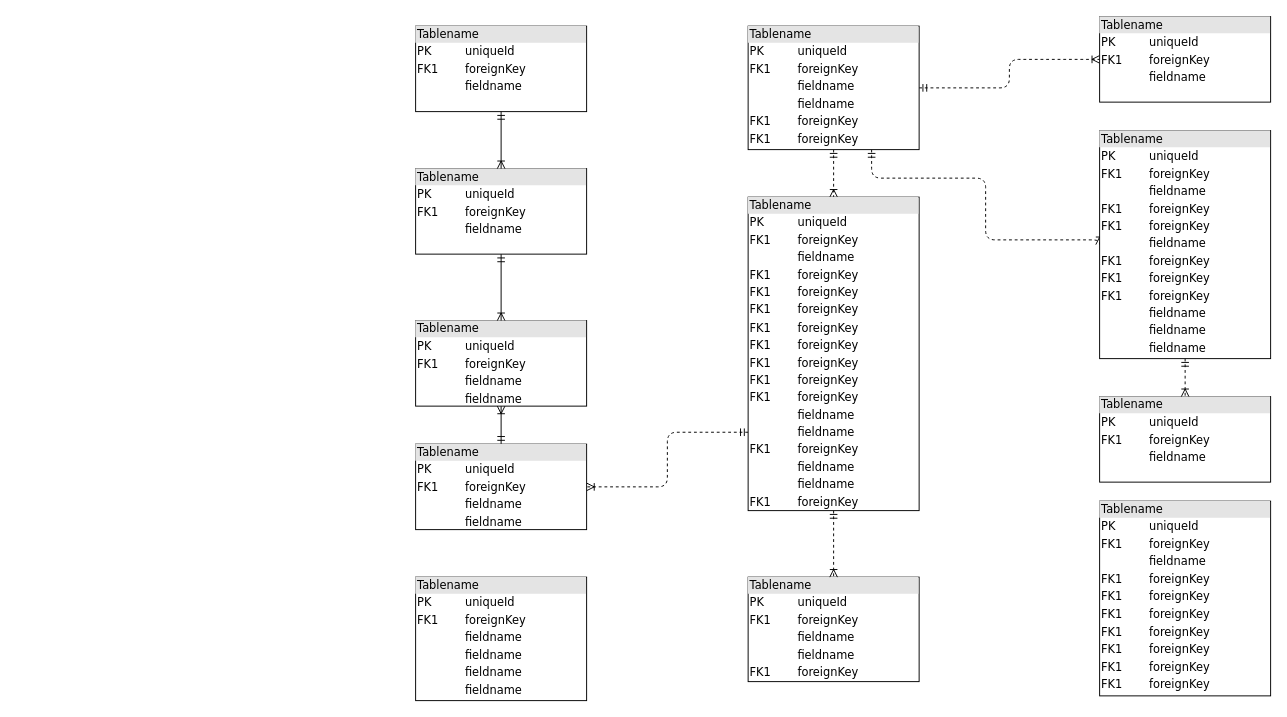
Above: CppServer.drawio in LQF376/image (draw.io), before the change. Source tidied: cells renumbered, new cells numbered last; positions are measured from the earlier drawing's top-left corner, leaving out a move shared by most shapes. Both pictures are drawn from the tidied source at 95%, with x=0, y=0 at pixel (415, 16).
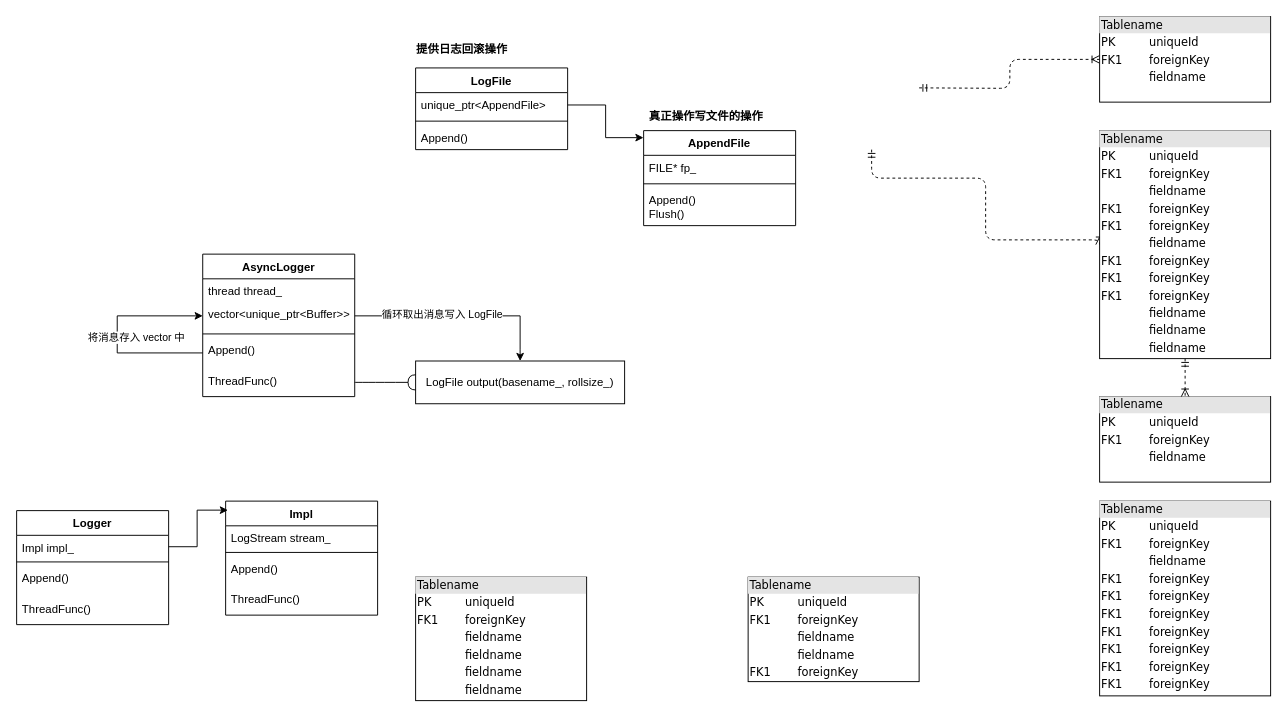
The same page after the edit.

Unchanged cells that the change refers to:
```xml
<mxCell id="14" value="&lt;div style=&quot;box-sizing: border-box ; width: 100% ; background: #e4e4e4 ; padding: 2px&quot;&gt;Tablename&lt;/div&gt;&lt;table style=&quot;width: 100% ; font-size: 1em&quot; cellpadding=&quot;2&quot; cellspacing=&quot;0&quot;&gt;&lt;tbody&gt;&lt;tr&gt;&lt;td&gt;PK&lt;/td&gt;&lt;td&gt;uniqueId&lt;/td&gt;&lt;/tr&gt;&lt;tr&gt;&lt;td&gt;FK1&lt;/td&gt;&lt;td&gt;foreignKey&lt;/td&gt;&lt;/tr&gt;&lt;tr&gt;&lt;td&gt;&lt;/td&gt;&lt;td&gt;fieldname&lt;/td&gt;&lt;/tr&gt;&lt;tr&gt;&lt;td&gt;&lt;br&gt;&lt;/td&gt;&lt;td&gt;fieldname&lt;br&gt;&lt;/td&gt;&lt;/tr&gt;&lt;tr&gt;&lt;td&gt;FK1&lt;br&gt;&lt;/td&gt;&lt;td&gt;foreignKey&lt;br&gt;&lt;/td&gt;&lt;/tr&gt;&lt;/tbody&gt;&lt;/table&gt;" style="verticalAlign=top;align=left;overflow=fill;html=1;rounded=0;shadow=0;comic=0;labelBackgroundColor=none;strokeWidth=1;fontFamily=Verdana;fontSize=12;" parent="1" vertex="1">
  <mxGeometry x="350" y="590" width="180" height="110" as="geometry" />
</mxCell>
<mxCell id="19" value="&lt;div style=&quot;box-sizing: border-box ; width: 100% ; background: #e4e4e4 ; padding: 2px&quot;&gt;Tablename&lt;/div&gt;&lt;table style=&quot;width: 100% ; font-size: 1em&quot; cellpadding=&quot;2&quot; cellspacing=&quot;0&quot;&gt;&lt;tbody&gt;&lt;tr&gt;&lt;td&gt;PK&lt;/td&gt;&lt;td&gt;uniqueId&lt;/td&gt;&lt;/tr&gt;&lt;tr&gt;&lt;td&gt;FK1&lt;/td&gt;&lt;td&gt;foreignKey&lt;/td&gt;&lt;/tr&gt;&lt;tr&gt;&lt;td&gt;&lt;/td&gt;&lt;td&gt;fieldname&lt;/td&gt;&lt;/tr&gt;&lt;tr&gt;&lt;td&gt;FK1&lt;br&gt;&lt;/td&gt;&lt;td&gt;foreignKey&lt;br&gt;&lt;/td&gt;&lt;/tr&gt;&lt;tr&gt;&lt;td&gt;FK1&lt;br&gt;&lt;/td&gt;&lt;td&gt;foreignKey&lt;br&gt;&lt;/td&gt;&lt;/tr&gt;&lt;tr&gt;&lt;td&gt;&lt;br&gt;&lt;/td&gt;&lt;td&gt;fieldname&lt;br&gt;&lt;/td&gt;&lt;/tr&gt;&lt;tr&gt;&lt;td&gt;FK1&lt;br&gt;&lt;/td&gt;&lt;td&gt;foreignKey&lt;br&gt;&lt;/td&gt;&lt;/tr&gt;&lt;tr&gt;&lt;td&gt;FK1&lt;br&gt;&lt;/td&gt;&lt;td&gt;foreignKey&lt;br&gt;&lt;/td&gt;&lt;/tr&gt;&lt;tr&gt;&lt;td&gt;FK1&lt;br&gt;&lt;/td&gt;&lt;td&gt;foreignKey&lt;br&gt;&lt;/td&gt;&lt;/tr&gt;&lt;tr&gt;&lt;td&gt;&lt;br&gt;&lt;/td&gt;&lt;td&gt;fieldname&lt;br&gt;&lt;/td&gt;&lt;/tr&gt;&lt;tr&gt;&lt;td&gt;&lt;br&gt;&lt;/td&gt;&lt;td&gt;fieldname&lt;br&gt;&lt;/td&gt;&lt;/tr&gt;&lt;tr&gt;&lt;td&gt;&lt;br&gt;&lt;/td&gt;&lt;td&gt;fieldname&lt;br&gt;&lt;/td&gt;&lt;/tr&gt;&lt;/tbody&gt;&lt;/table&gt;" style="verticalAlign=top;align=left;overflow=fill;html=1;rounded=0;shadow=0;comic=0;labelBackgroundColor=none;strokeWidth=1;fontFamily=Verdana;fontSize=12;" parent="1" vertex="1">
  <mxGeometry x="720" y="120" width="180" height="240" as="geometry" />
</mxCell>
<mxCell id="20" value="&lt;div style=&quot;box-sizing:border-box;width:100%;background:#e4e4e4;padding:2px;&quot;&gt;Tablename&lt;/div&gt;&lt;table style=&quot;width:100%;font-size:1em;&quot; cellpadding=&quot;2&quot; cellspacing=&quot;0&quot;&gt;&lt;tr&gt;&lt;td&gt;PK&lt;/td&gt;&lt;td&gt;uniqueId&lt;/td&gt;&lt;/tr&gt;&lt;tr&gt;&lt;td&gt;FK1&lt;/td&gt;&lt;td&gt;foreignKey&lt;/td&gt;&lt;/tr&gt;&lt;tr&gt;&lt;td&gt;&lt;/td&gt;&lt;td&gt;fieldname&lt;/td&gt;&lt;/tr&gt;&lt;/table&gt;" style="verticalAlign=top;align=left;overflow=fill;html=1;rounded=0;shadow=0;comic=0;labelBackgroundColor=none;strokeWidth=1;fontFamily=Verdana;fontSize=12;" parent="1" vertex="1">
  <mxGeometry x="720" width="180" height="90" as="geometry" />
</mxCell>
```

Diff of the diagram source:
```diff
@@
-    <mxCell id="2" value="&lt;div style=&quot;box-sizing:border-box;width:100%;background:#e4e4e4;padding:2px;&quot;&gt;Tablename&lt;/div&gt;&lt;table style=&quot;width:100%;font-size:1em;&quot; cellpadding=&quot;2&quot; cellspacing=&quot;0&quot;&gt;&lt;tr&gt;&lt;td&gt;PK&lt;/td&gt;&lt;td&gt;uniqueId&lt;/td&gt;&lt;/tr&gt;&lt;tr&gt;&lt;td&gt;FK1&lt;/td&gt;&lt;td&gt;foreignKey&lt;/td&gt;&lt;/tr&gt;&lt;tr&gt;&lt;td&gt;&lt;/td&gt;&lt;td&gt;fieldname&lt;/td&gt;&lt;/tr&gt;&lt;/table&gt;" style="verticalAlign=top;align=left;overflow=fill;html=1;rounded=0;shadow=0;comic=0;labelBackgroundColor=none;strokeWidth=1;fontFamily=Verdana;fontSize=12;" parent="1" vertex="1">
-      <mxGeometry y="10" width="180" height="90" as="geometry" />
-    </mxCell>
-    <mxCell id="3" style="edgeStyle=orthogonalEdgeStyle;html=1;entryX=0.5;entryY=0;dashed=1;labelBackgroundColor=none;startArrow=ERmandOne;endArrow=ERoneToMany;fontFamily=Verdana;fontSize=12;align=left;" parent="1" edge="1" source="6" target="16">
-      <mxGeometry relative="1" as="geometry" />
-    </mxCell>
-    <mxCell id="4" style="edgeStyle=orthogonalEdgeStyle;html=1;dashed=1;labelBackgroundColor=none;startArrow=ERmandOne;endArrow=ERoneToMany;fontFamily=Verdana;fontSize=12;align=left;entryX=0;entryY=0.5;" parent="1" edge="1" source="6" target="19">
+    <mxCell id="4" style="edgeStyle=orthogonalEdgeStyle;html=1;dashed=1;labelBackgroundColor=none;startArrow=ERmandOne;endArrow=ERoneToMany;fontFamily=Verdana;fontSize=12;align=left;entryX=0;entryY=0.5;" parent="1" edge="1" target="19">
       <mxGeometry relative="1" as="geometry">
+        <mxPoint x="480" y="140" as="sourcePoint" />
         <Array as="points">
           <mxPoint x="480" y="170" />
           <mxPoint x="600" y="170" />
           <mxPoint x="600" y="235" />
         </Array>
       </mxGeometry>
     </mxCell>
-    <mxCell id="5" style="edgeStyle=orthogonalEdgeStyle;html=1;dashed=1;labelBackgroundColor=none;startArrow=ERmandOne;endArrow=ERoneToMany;fontFamily=Verdana;fontSize=12;align=left;" parent="1" edge="1" source="6" target="20">
-      <mxGeometry relative="1" as="geometry" />
+    <mxCell id="5" style="edgeStyle=orthogonalEdgeStyle;html=1;dashed=1;labelBackgroundColor=none;startArrow=ERmandOne;endArrow=ERoneToMany;fontFamily=Verdana;fontSize=12;align=left;" parent="1" edge="1" target="20">
+      <mxGeometry relative="1" as="geometry">
+        <mxPoint x="530" y="75" as="sourcePoint" />
+      </mxGeometry>
     </mxCell>
-    <mxCell id="6" value="&lt;div style=&quot;box-sizing: border-box ; width: 100% ; background: #e4e4e4 ; padding: 2px&quot;&gt;Tablename&lt;/div&gt;&lt;table style=&quot;width: 100% ; font-size: 1em&quot; cellpadding=&quot;2&quot; cellspacing=&quot;0&quot;&gt;&lt;tbody&gt;&lt;tr&gt;&lt;td&gt;PK&lt;/td&gt;&lt;td&gt;uniqueId&lt;/td&gt;&lt;/tr&gt;&lt;tr&gt;&lt;td&gt;FK1&lt;/td&gt;&lt;td&gt;foreignKey&lt;/td&gt;&lt;/tr&gt;&lt;tr&gt;&lt;td&gt;&lt;/td&gt;&lt;td&gt;fieldname&lt;/td&gt;&lt;/tr&gt;&lt;tr&gt;&lt;td&gt;&lt;br&gt;&lt;/td&gt;&lt;td&gt;fieldname&lt;br&gt;&lt;/td&gt;&lt;/tr&gt;&lt;tr&gt;&lt;td&gt;FK1&lt;br&gt;&lt;/td&gt;&lt;td&gt;foreignKey&lt;br&gt;&lt;/td&gt;&lt;/tr&gt;&lt;tr&gt;&lt;td&gt;FK1&lt;br&gt;&lt;/td&gt;&lt;td&gt;foreignKey&lt;br&gt;&lt;/td&gt;&lt;/tr&gt;&lt;/tbody&gt;&lt;/table&gt;" style="verticalAlign=top;align=left;overflow=fill;html=1;rounded=0;shadow=0;comic=0;labelBackgroundColor=none;strokeWidth=1;fontFamily=Verdana;fontSize=12;" parent="1" vertex="1">
-      <mxGeometry x="350" y="10" width="180" height="130" as="geometry" />
-    </mxCell>
-    <mxCell id="7" style="edgeStyle=orthogonalEdgeStyle;html=1;labelBackgroundColor=none;startArrow=ERmandOne;endArrow=ERoneToMany;fontFamily=Verdana;fontSize=12;align=left;" parent="1" edge="1" source="9" target="10">
-      <mxGeometry relative="1" as="geometry" />
-    </mxCell>
-    <mxCell id="8" style="edgeStyle=orthogonalEdgeStyle;html=1;exitX=0;exitY=0.75;entryX=1;entryY=0.5;dashed=1;labelBackgroundColor=none;startArrow=ERmandOne;endArrow=ERoneToMany;fontFamily=Verdana;fontSize=12;align=left;" parent="1" edge="1" source="16" target="9">
-      <mxGeometry relative="1" as="geometry" />
-    </mxCell>
-    <mxCell id="9" value="&lt;div style=&quot;box-sizing: border-box ; width: 100% ; background: #e4e4e4 ; padding: 2px&quot;&gt;Tablename&lt;/div&gt;&lt;table style=&quot;width: 100% ; font-size: 1em&quot; cellpadding=&quot;2&quot; cellspacing=&quot;0&quot;&gt;&lt;tbody&gt;&lt;tr&gt;&lt;td&gt;PK&lt;/td&gt;&lt;td&gt;uniqueId&lt;/td&gt;&lt;/tr&gt;&lt;tr&gt;&lt;td&gt;FK1&lt;/td&gt;&lt;td&gt;foreignKey&lt;/td&gt;&lt;/tr&gt;&lt;tr&gt;&lt;td&gt;&lt;/td&gt;&lt;td&gt;fieldname&lt;/td&gt;&lt;/tr&gt;&lt;tr&gt;&lt;td&gt;&lt;br&gt;&lt;/td&gt;&lt;td&gt;fieldname&lt;br&gt;&lt;/td&gt;&lt;/tr&gt;&lt;/tbody&gt;&lt;/table&gt;" style="verticalAlign=top;align=left;overflow=fill;html=1;rounded=0;shadow=0;comic=0;labelBackgroundColor=none;strokeWidth=1;fontFamily=Verdana;fontSize=12;" parent="1" vertex="1">
-      <mxGeometry y="450" width="180" height="90" as="geometry" />
-    </mxCell>
-    <mxCell id="10" value="&lt;div style=&quot;box-sizing: border-box ; width: 100% ; background: #e4e4e4 ; padding: 2px&quot;&gt;Tablename&lt;/div&gt;&lt;table style=&quot;width: 100% ; font-size: 1em&quot; cellpadding=&quot;2&quot; cellspacing=&quot;0&quot;&gt;&lt;tbody&gt;&lt;tr&gt;&lt;td&gt;PK&lt;/td&gt;&lt;td&gt;uniqueId&lt;/td&gt;&lt;/tr&gt;&lt;tr&gt;&lt;td&gt;FK1&lt;/td&gt;&lt;td&gt;foreignKey&lt;/td&gt;&lt;/tr&gt;&lt;tr&gt;&lt;td&gt;&lt;/td&gt;&lt;td&gt;fieldname&lt;/td&gt;&lt;/tr&gt;&lt;tr&gt;&lt;td&gt;&lt;br&gt;&lt;/td&gt;&lt;td&gt;fieldname&lt;br&gt;&lt;/td&gt;&lt;/tr&gt;&lt;/tbody&gt;&lt;/table&gt;" style="verticalAlign=top;align=left;overflow=fill;html=1;rounded=0;shadow=0;comic=0;labelBackgroundColor=none;strokeWidth=1;fontFamily=Verdana;fontSize=12;" parent="1" vertex="1">
-      <mxGeometry y="320" width="180" height="90" as="geometry" />
-    </mxCell>
-    <mxCell id="11" style="edgeStyle=orthogonalEdgeStyle;html=1;entryX=0.5;entryY=0;labelBackgroundColor=none;startArrow=ERmandOne;endArrow=ERoneToMany;fontFamily=Verdana;fontSize=12;align=left;" parent="1" edge="1" source="12" target="10">
-      <mxGeometry relative="1" as="geometry" />
-    </mxCell>
-    <mxCell id="12" value="&lt;div style=&quot;box-sizing:border-box;width:100%;background:#e4e4e4;padding:2px;&quot;&gt;Tablename&lt;/div&gt;&lt;table style=&quot;width:100%;font-size:1em;&quot; cellpadding=&quot;2&quot; cellspacing=&quot;0&quot;&gt;&lt;tr&gt;&lt;td&gt;PK&lt;/td&gt;&lt;td&gt;uniqueId&lt;/td&gt;&lt;/tr&gt;&lt;tr&gt;&lt;td&gt;FK1&lt;/td&gt;&lt;td&gt;foreignKey&lt;/td&gt;&lt;/tr&gt;&lt;tr&gt;&lt;td&gt;&lt;/td&gt;&lt;td&gt;fieldname&lt;/td&gt;&lt;/tr&gt;&lt;/table&gt;" style="verticalAlign=top;align=left;overflow=fill;html=1;rounded=0;shadow=0;comic=0;labelBackgroundColor=none;strokeWidth=1;fontFamily=Verdana;fontSize=12;" parent="1" vertex="1">
-      <mxGeometry y="160" width="180" height="90" as="geometry" />
-    </mxCell>
@@
-    <mxCell id="15" style="edgeStyle=orthogonalEdgeStyle;html=1;entryX=0.5;entryY=0;labelBackgroundColor=none;startArrow=ERmandOne;endArrow=ERoneToMany;fontFamily=Verdana;fontSize=12;align=left;dashed=1;" parent="1" edge="1" source="16" target="14">
-      <mxGeometry relative="1" as="geometry" />
-    </mxCell>
-    <mxCell id="16" value="&lt;div style=&quot;box-sizing: border-box ; width: 100% ; background: #e4e4e4 ; padding: 2px&quot;&gt;Tablename&lt;/div&gt;&lt;table style=&quot;width: 100% ; font-size: 1em&quot; cellpadding=&quot;2&quot; cellspacing=&quot;0&quot;&gt;&lt;tbody&gt;&lt;tr&gt;&lt;td&gt;PK&lt;/td&gt;&lt;td&gt;uniqueId&lt;/td&gt;&lt;/tr&gt;&lt;tr&gt;&lt;td&gt;FK1&lt;/td&gt;&lt;td&gt;foreignKey&lt;/td&gt;&lt;/tr&gt;&lt;tr&gt;&lt;td&gt;&lt;/td&gt;&lt;td&gt;fieldname&lt;/td&gt;&lt;/tr&gt;&lt;tr&gt;&lt;td&gt;FK1&lt;br&gt;&lt;/td&gt;&lt;td&gt;foreignKey&lt;br&gt;&lt;/td&gt;&lt;/tr&gt;&lt;tr&gt;&lt;td&gt;FK1&lt;br&gt;&lt;/td&gt;&lt;td&gt;foreignKey&lt;br&gt;&lt;/td&gt;&lt;/tr&gt;&lt;tr&gt;&lt;td&gt;FK1&lt;br&gt;&lt;/td&gt;&lt;td&gt;foreignKey&lt;br&gt;&lt;/td&gt;&lt;/tr&gt;&lt;tr&gt;&lt;td&gt;FK1&lt;br&gt;&lt;/td&gt;&lt;td&gt;foreignKey&lt;br&gt;&lt;/td&gt;&lt;/tr&gt;&lt;tr&gt;&lt;td&gt;FK1&lt;br&gt;&lt;/td&gt;&lt;td&gt;foreignKey&lt;br&gt;&lt;/td&gt;&lt;/tr&gt;&lt;tr&gt;&lt;td&gt;FK1&lt;br&gt;&lt;/td&gt;&lt;td&gt;foreignKey&lt;br&gt;&lt;/td&gt;&lt;/tr&gt;&lt;tr&gt;&lt;td&gt;FK1&lt;br&gt;&lt;/td&gt;&lt;td&gt;foreignKey&lt;br&gt;&lt;/td&gt;&lt;/tr&gt;&lt;tr&gt;&lt;td&gt;FK1&lt;br&gt;&lt;/td&gt;&lt;td&gt;foreignKey&lt;br&gt;&lt;/td&gt;&lt;/tr&gt;&lt;tr&gt;&lt;td&gt;&lt;br&gt;&lt;/td&gt;&lt;td&gt;fieldname&lt;br&gt;&lt;/td&gt;&lt;/tr&gt;&lt;tr&gt;&lt;td&gt;&lt;br&gt;&lt;/td&gt;&lt;td&gt;fieldname&lt;br&gt;&lt;/td&gt;&lt;/tr&gt;&lt;tr&gt;&lt;td&gt;FK1&lt;br&gt;&lt;/td&gt;&lt;td&gt;foreignKey&lt;br&gt;&lt;/td&gt;&lt;/tr&gt;&lt;tr&gt;&lt;td&gt;&lt;br&gt;&lt;/td&gt;&lt;td&gt;fieldname&lt;br&gt;&lt;/td&gt;&lt;/tr&gt;&lt;tr&gt;&lt;td&gt;&lt;br&gt;&lt;/td&gt;&lt;td&gt;fieldname&lt;br&gt;&lt;/td&gt;&lt;/tr&gt;&lt;tr&gt;&lt;td&gt;FK1&lt;br&gt;&lt;/td&gt;&lt;td&gt;foreignKey&lt;br&gt;&lt;/td&gt;&lt;/tr&gt;&lt;/tbody&gt;&lt;/table&gt;" style="verticalAlign=top;align=left;overflow=fill;html=1;rounded=0;shadow=0;comic=0;labelBackgroundColor=none;strokeWidth=1;fontFamily=Verdana;fontSize=12;" parent="1" vertex="1">
-      <mxGeometry x="350" y="190" width="180" height="330" as="geometry" />
-    </mxCell>
@@
-    <mxCell id="22" style="edgeStyle=orthogonalEdgeStyle;html=1;endArrow=ERoneToMany;startArrow=ERmandOne;labelBackgroundColor=none;fontFamily=Verdana;fontSize=12;align=left;exitX=0.5;exitY=1;entryX=0.5;entryY=0;" parent="1" edge="1" source="2" target="12">
-      <mxGeometry relative="1" as="geometry" />
-    </mxCell>
+    <mxCell id="23" value="LogFile" style="swimlane;fontStyle=1;align=center;verticalAlign=top;horizontal=1;startSize=26;whiteSpace=wrap;html=1;" parent="1" vertex="1">
+      <mxGeometry y="54" width="160" height="86" as="geometry" />
+    </mxCell>
+    <mxCell id="24" value="unique_ptr&amp;lt;AppendFile&amp;gt;&amp;nbsp;" style="text;strokeColor=none;fillColor=none;align=left;verticalAlign=top;spacingLeft=4;spacingRight=4;overflow=hidden;points=[[0,0.5],[1,0.5]];portConstraint=eastwest;whiteSpace=wrap;html=1;" parent="23" vertex="1">
+      <mxGeometry y="26" width="160" height="26" as="geometry" />
+    </mxCell>
+    <mxCell id="25" style="line;strokeWidth=1;fillColor=none;align=left;verticalAlign=middle;spacingTop=-1;spacingLeft=3;spacingRight=3;labelPosition=right;strokeColor=inherit;" parent="23" vertex="1">
+      <mxGeometry y="52" width="160" height="8" as="geometry" />
+    </mxCell>
+    <mxCell id="26" value="Append()" style="text;strokeColor=none;fillColor=none;align=left;verticalAlign=top;spacingLeft=4;spacingRight=4;overflow=hidden;whiteSpace=wrap;html=1;" parent="23" vertex="1">
+      <mxGeometry y="60" width="160" height="26" as="geometry" />
+    </mxCell>
+    <mxCell id="27" value="提供日志回滚操作" style="text;strokeColor=none;fillColor=none;align=left;verticalAlign=middle;spacingLeft=4;spacingRight=4;overflow=hidden;whiteSpace=wrap;html=1;fontStyle=1;fontFamily=Lucida Console;" parent="1" vertex="1">
+      <mxGeometry x="-5" y="20" width="170" height="30" as="geometry" />
+    </mxCell>
+    <mxCell id="28" value="AppendFile" style="swimlane;fontStyle=1;align=center;verticalAlign=top;horizontal=1;startSize=26;whiteSpace=wrap;html=1;" parent="1" vertex="1">
+      <mxGeometry x="240" y="120" width="160" height="100" as="geometry" />
+    </mxCell>
+    <mxCell id="29" value="FILE* fp_" style="text;strokeColor=none;fillColor=none;align=left;verticalAlign=top;spacingLeft=4;spacingRight=4;overflow=hidden;whiteSpace=wrap;html=1;" parent="28" vertex="1">
+      <mxGeometry y="26" width="160" height="26" as="geometry" />
+    </mxCell>
+    <mxCell id="30" style="line;strokeWidth=1;fillColor=none;align=left;verticalAlign=middle;spacingTop=-1;spacingLeft=3;spacingRight=3;labelPosition=right;strokeColor=inherit;" parent="28" vertex="1">
+      <mxGeometry y="52" width="160" height="8" as="geometry" />
+    </mxCell>
+    <mxCell id="31" value="Append()&lt;div&gt;Flush()&lt;/div&gt;" style="text;strokeColor=none;fillColor=none;align=left;verticalAlign=top;spacingLeft=4;spacingRight=4;overflow=hidden;whiteSpace=wrap;html=1;" parent="28" vertex="1">
+      <mxGeometry y="60" width="160" height="40" as="geometry" />
+    </mxCell>
+    <mxCell id="32" style="edgeStyle=orthogonalEdgeStyle;rounded=0;jettySize=auto;html=1;entryX=-0.001;entryY=0.074;entryDx=0;entryDy=0;entryPerimeter=0;" parent="1" edge="1" source="24" target="28">
+      <mxGeometry relative="1" as="geometry" />
+    </mxCell>
+    <mxCell id="33" value="&lt;b&gt;真正操作写文件的操作&lt;/b&gt;" style="text;strokeColor=none;fillColor=none;align=left;verticalAlign=middle;spacingLeft=4;spacingRight=4;overflow=hidden;whiteSpace=wrap;html=1;fontFamily=Lucida Console;" parent="1" vertex="1">
+      <mxGeometry x="240" y="90" width="170" height="30" as="geometry" />
+    </mxCell>
+    <mxCell id="34" value="AsyncLogger" style="swimlane;fontStyle=1;align=center;verticalAlign=top;horizontal=1;startSize=26;whiteSpace=wrap;html=1;" parent="1" vertex="1">
+      <mxGeometry x="-224.1" y="250" width="160" height="150" as="geometry" />
+    </mxCell>
+    <mxCell id="35" value="&lt;div&gt;thread thread_&lt;br&gt;&lt;/div&gt;" style="text;strokeColor=none;fillColor=none;align=left;verticalAlign=top;spacingLeft=4;spacingRight=4;overflow=hidden;whiteSpace=wrap;html=1;" parent="34" vertex="1">
+      <mxGeometry y="26" width="160" height="24" as="geometry" />
+    </mxCell>
+    <mxCell id="36" value="&lt;span style=&quot;background-color: transparent;&quot;&gt;vector&amp;lt;unique_ptr&amp;lt;Buffer&amp;gt;&amp;gt;&lt;/span&gt;" style="text;strokeColor=none;fillColor=none;align=left;verticalAlign=top;spacingLeft=4;spacingRight=4;overflow=hidden;points=[[0,0.5],[1,0.5]];portConstraint=eastwest;whiteSpace=wrap;html=1;" parent="34" vertex="1">
+      <mxGeometry y="50" width="160" height="30" as="geometry" />
+    </mxCell>
+    <mxCell id="37" style="line;strokeWidth=1;fillColor=none;align=left;verticalAlign=middle;spacingTop=-1;spacingLeft=3;spacingRight=3;labelPosition=right;strokeColor=inherit;" parent="34" vertex="1">
+      <mxGeometry y="80" width="160" height="8" as="geometry" />
+    </mxCell>
+    <mxCell id="38" style="edgeStyle=orthogonalEdgeStyle;rounded=0;jettySize=auto;html=1;entryX=0;entryY=0.5;entryDx=0;entryDy=0;exitX=0;exitY=0.5;exitDx=0;exitDy=0;" parent="34" edge="1" source="40" target="36">
+      <mxGeometry relative="1" as="geometry">
+        <Array as="points">
+          <mxPoint x="-90" y="104" />
+          <mxPoint x="-90" y="65" />
+        </Array>
+      </mxGeometry>
+    </mxCell>
+    <mxCell id="39" value="将消息存入 vector 中" style="edgeLabel;html=1;align=center;verticalAlign=middle;" parent="38" vertex="1">
+      <mxGeometry x="-0.11" relative="1" as="geometry">
+        <mxPoint x="20" y="-10" as="offset" />
+      </mxGeometry>
+    </mxCell>
+    <mxCell id="40" value="Append()" style="text;strokeColor=none;fillColor=none;align=left;verticalAlign=top;spacingLeft=4;spacingRight=4;overflow=hidden;points=[[0,0.5],[1,0.5]];portConstraint=eastwest;whiteSpace=wrap;html=1;" parent="34" vertex="1">
+      <mxGeometry y="88" width="160" height="32" as="geometry" />
+    </mxCell>
+    <mxCell id="41" value="ThreadFunc()" style="text;strokeColor=none;fillColor=none;align=left;verticalAlign=top;spacingLeft=4;spacingRight=4;overflow=hidden;points=[[0,0.5],[1,0.5]];portConstraint=eastwest;whiteSpace=wrap;html=1;" parent="34" vertex="1">
+      <mxGeometry y="120" width="160" height="30" as="geometry" />
+    </mxCell>
+    <mxCell id="42" value="LogFile output(basename_, rollsize_)" style="html=1;whiteSpace=wrap;" parent="1" vertex="1">
+      <mxGeometry y="362.5" width="220" height="45" as="geometry" />
+    </mxCell>
+    <mxCell id="43" style="edgeStyle=orthogonalEdgeStyle;rounded=0;jettySize=auto;html=1;entryX=0.5;entryY=0;entryDx=0;entryDy=0;" parent="1" edge="1" source="36" target="42">
+      <mxGeometry relative="1" as="geometry" />
+    </mxCell>
+    <mxCell id="44" value="循环取出消息写入 LogFile" style="edgeLabel;html=1;align=center;verticalAlign=middle;" parent="43" vertex="1">
+      <mxGeometry x="-0.17" y="2" relative="1" as="geometry" />
+    </mxCell>
+    <mxCell id="45" style="rounded=0;jettySize=auto;html=1;endArrow=halfCircle;endFill=0;endSize=6;strokeWidth=1;sketch=0;fontSize=12;curved=1;entryX=0;entryY=0.5;entryDx=0;entryDy=0;" parent="1" edge="1" source="41" target="42">
+      <mxGeometry relative="1" as="geometry" />
+    </mxCell>
+    <mxCell id="46" style="ellipse;whiteSpace=wrap;html=1;align=center;fillColor=none;strokeColor=none;perimeter=centerPerimeter;" parent="1" vertex="1">
+      <mxGeometry x="-45" y="430" width="10" height="10" as="geometry" />
+    </mxCell>
+    <mxCell id="47" value="Logger" style="swimlane;fontStyle=1;align=center;verticalAlign=top;horizontal=1;startSize=26;whiteSpace=wrap;html=1;" parent="1" vertex="1">
+      <mxGeometry x="-420" y="520" width="160" height="120" as="geometry" />
+    </mxCell>
+    <mxCell id="48" value="Impl impl_" style="text;strokeColor=none;fillColor=none;align=left;verticalAlign=top;spacingLeft=4;spacingRight=4;overflow=hidden;points=[[0,0.5],[1,0.5]];portConstraint=eastwest;whiteSpace=wrap;html=1;" parent="47" vertex="1">
+      <mxGeometry y="26" width="160" height="24" as="geometry" />
+    </mxCell>
+    <mxCell id="49" style="line;strokeWidth=1;fillColor=none;align=left;verticalAlign=middle;spacingTop=-1;spacingLeft=3;spacingRight=3;labelPosition=right;strokeColor=inherit;" parent="47" vertex="1">
+      <mxGeometry y="50" width="160" height="8" as="geometry" />
+    </mxCell>
+    <mxCell id="50" value="Append()" style="text;strokeColor=none;fillColor=none;align=left;verticalAlign=top;spacingLeft=4;spacingRight=4;overflow=hidden;whiteSpace=wrap;html=1;" parent="47" vertex="1">
+      <mxGeometry y="58" width="160" height="32" as="geometry" />
+    </mxCell>
+    <mxCell id="51" value="ThreadFunc()" style="text;strokeColor=none;fillColor=none;align=left;verticalAlign=top;spacingLeft=4;spacingRight=4;overflow=hidden;whiteSpace=wrap;html=1;" parent="47" vertex="1">
+      <mxGeometry y="90" width="160" height="30" as="geometry" />
+    </mxCell>
+    <mxCell id="52" style="ellipse;whiteSpace=wrap;html=1;align=center;fillColor=none;strokeColor=none;perimeter=centerPerimeter;" parent="1" vertex="1">
+      <mxGeometry x="-145.9" y="565" width="10" height="10" as="geometry" />
+    </mxCell>
+    <mxCell id="53" value="Impl" style="swimlane;fontStyle=1;align=center;verticalAlign=top;horizontal=1;startSize=26;whiteSpace=wrap;html=1;" parent="1" vertex="1">
+      <mxGeometry x="-200" y="510" width="160" height="120" as="geometry" />
+    </mxCell>
+    <mxCell id="54" value="&lt;div&gt;LogStream stream_&lt;/div&gt;" style="text;strokeColor=none;fillColor=none;align=left;verticalAlign=top;spacingLeft=4;spacingRight=4;overflow=hidden;whiteSpace=wrap;html=1;" parent="53" vertex="1">
+      <mxGeometry y="26" width="160" height="24" as="geometry" />
+    </mxCell>
+    <mxCell id="55" style="line;strokeWidth=1;fillColor=none;align=left;verticalAlign=middle;spacingTop=-1;spacingLeft=3;spacingRight=3;labelPosition=right;strokeColor=inherit;" parent="53" vertex="1">
+      <mxGeometry y="50" width="160" height="8" as="geometry" />
+    </mxCell>
+    <mxCell id="56" value="Append()" style="text;strokeColor=none;fillColor=none;align=left;verticalAlign=top;spacingLeft=4;spacingRight=4;overflow=hidden;whiteSpace=wrap;html=1;" parent="53" vertex="1">
+      <mxGeometry y="58" width="160" height="32" as="geometry" />
+    </mxCell>
+    <mxCell id="57" value="ThreadFunc()" style="text;strokeColor=none;fillColor=none;align=left;verticalAlign=top;spacingLeft=4;spacingRight=4;overflow=hidden;whiteSpace=wrap;html=1;" parent="53" vertex="1">
+      <mxGeometry y="90" width="160" height="30" as="geometry" />
+    </mxCell>
+    <mxCell id="58" style="edgeStyle=orthogonalEdgeStyle;rounded=0;jettySize=auto;html=1;entryX=0.015;entryY=0.079;entryDx=0;entryDy=0;entryPerimeter=0;" parent="1" edge="1" source="48" target="53">
+      <mxGeometry relative="1" as="geometry" />
+    </mxCell>
```
